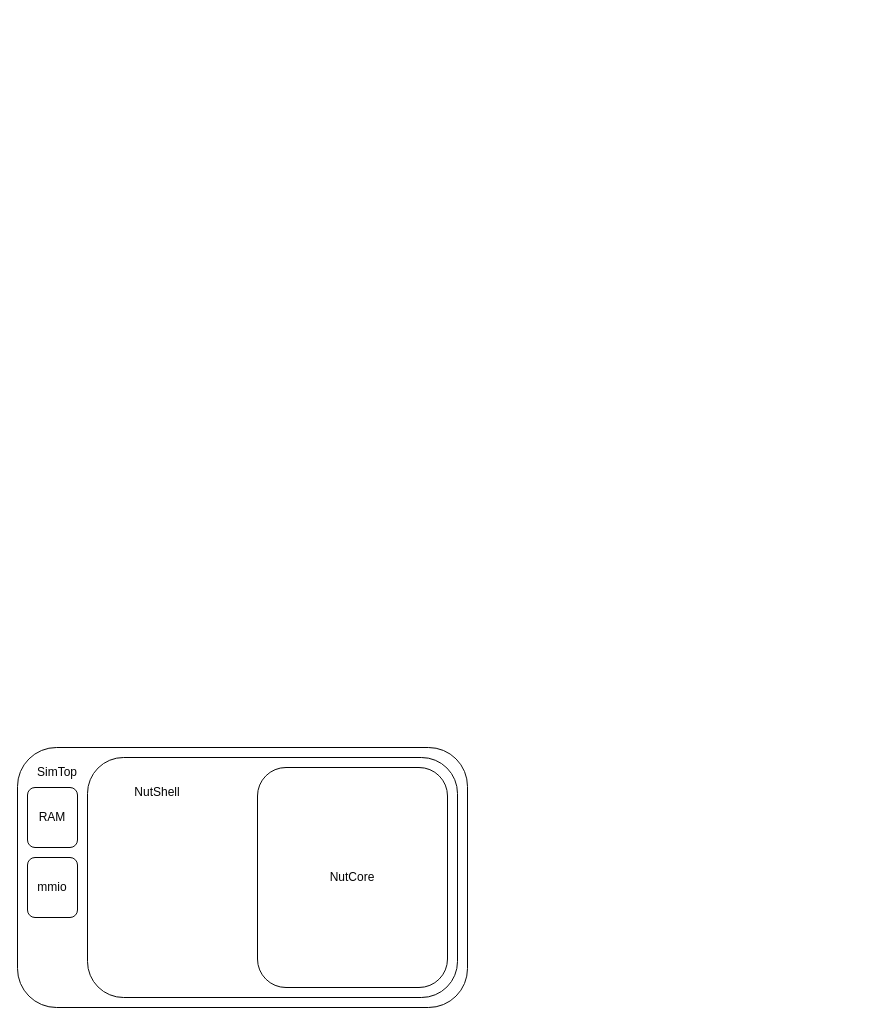
Before: nutshell.drawio in DavidZyy/drawio_repo, a draw.io diagram. Source tidied: cells renumbered, new cells numbered last; positions are measured from the earlier drawing's top-left corner, leaving out a move shared by most shapes. Both pictures are drawn from the tidied source at 100%, with x=0, y=0 at pixel (17, 747).
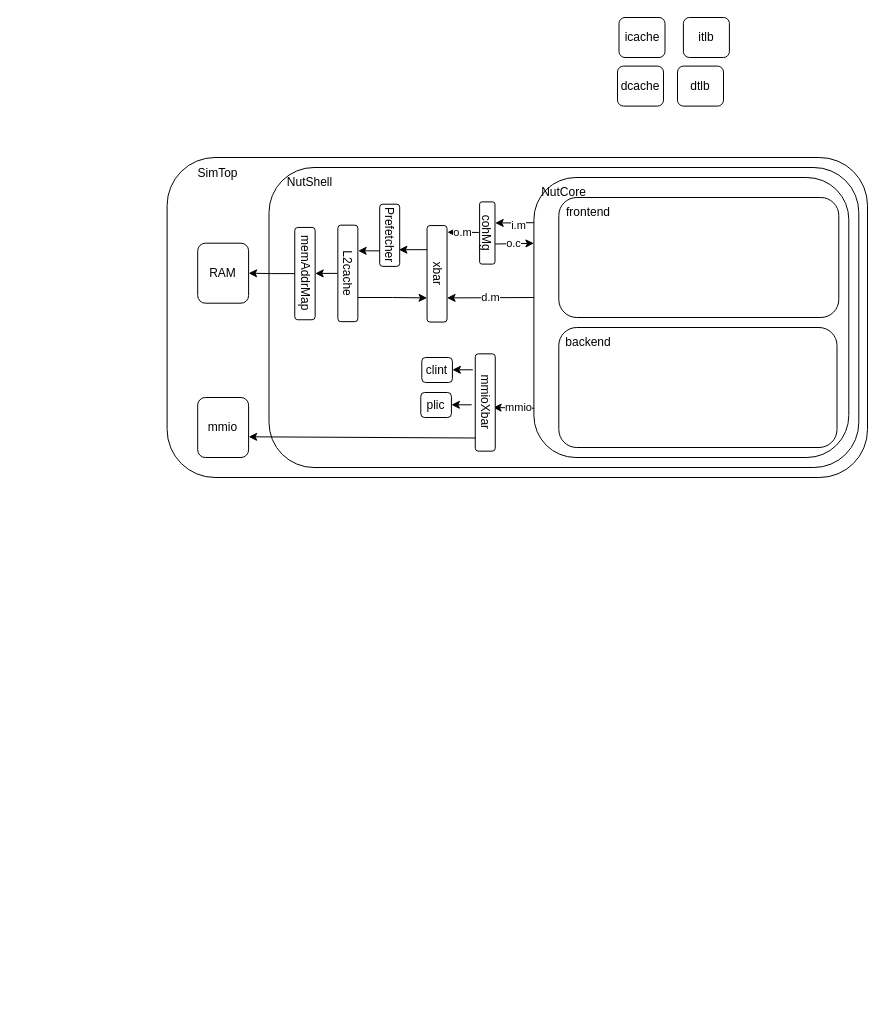
After the change.

Diff of the diagram source:
```diff
@@
+    <mxCell id="9" style="group;" parent="1" vertex="1">
+      <mxGeometry x="170" y="-590" width="680" height="630" as="geometry" />
+    </mxCell>
-    <mxCell id="2" style="rounded=1;whiteSpace=wrap;html=1;" parent="1" vertex="1">
-      <mxGeometry width="450" height="260" as="geometry" />
+    <mxCell id="2" style="rounded=1;whiteSpace=wrap;html=1;" parent="9" vertex="1">
+      <mxGeometry x="-20.4" width="700.4" height="320" as="geometry" />
     </mxCell>
+    <mxCell id="6" value="SimTop" style="text;strokeColor=none;align=center;fillColor=none;html=1;verticalAlign=middle;whiteSpace=wrap;rounded=0;" parent="9" vertex="1">
+      <mxGeometry y="1" width="61.1" height="30" as="geometry" />
+    </mxCell>
+    <mxCell id="10" style="group;" parent="9" vertex="1">
+      <mxGeometry x="71.3" y="10" width="600" height="620" as="geometry" />
+    </mxCell>
-    <mxCell id="3" style="rounded=1;whiteSpace=wrap;html=1;" parent="1" vertex="1">
-      <mxGeometry x="70" y="10" width="370" height="240" as="geometry" />
+    <mxCell id="3" style="rounded=1;whiteSpace=wrap;html=1;" parent="10" vertex="1">
+      <mxGeometry x="10.2" width="589.8" height="300" as="geometry" />
     </mxCell>
+    <mxCell id="7" value="NutShell" style="text;strokeColor=none;align=center;fillColor=none;html=1;verticalAlign=middle;whiteSpace=wrap;rounded=0;" parent="10" vertex="1">
+      <mxGeometry x="20.4" width="61.1" height="30" as="geometry" />
+    </mxCell>
+    <mxCell id="8" style="rounded=1;whiteSpace=wrap;html=1;" parent="10" vertex="1">
+      <mxGeometry x="275.1" y="10" width="314.9" height="280" as="geometry" />
+    </mxCell>
+    <mxCell id="11" value="mmio" style="edgeStyle=none;jettySize=auto;html=1;rounded=0;exitX=0.001;exitY=0.824;exitDx=0;exitDy=0;exitPerimeter=0;" parent="10" edge="1" source="8">
+      <mxGeometry x="-0.2" relative="1" as="geometry">
+        <mxPoint x="234.3" y="240" as="targetPoint" />
+      </mxGeometry>
+    </mxCell>
+    <mxCell id="12" value="clint" style="rounded=1;whiteSpace=wrap;html=1;" parent="10" vertex="1">
+      <mxGeometry x="163" y="190" width="30.6" height="25" as="geometry" />
+    </mxCell>
+    <mxCell id="13" value="plic" style="rounded=1;whiteSpace=wrap;html=1;" parent="10" vertex="1">
+      <mxGeometry x="162" y="225" width="30.6" height="25" as="geometry" />
+    </mxCell>
+    <mxCell id="14" style="edgeStyle=none;orthogonalLoop=1;jettySize=auto;html=1;rounded=0;" parent="10" edge="1">
+      <mxGeometry relative="1" as="geometry">
+        <mxPoint x="214" y="202.3" as="sourcePoint" />
+        <mxPoint x="193.6" y="202.3" as="targetPoint" />
+      </mxGeometry>
+    </mxCell>
+    <mxCell id="15" style="edgeStyle=none;orthogonalLoop=1;jettySize=auto;html=1;rounded=0;" parent="10" edge="1">
+      <mxGeometry relative="1" as="geometry">
+        <mxPoint x="212.9" y="237.3" as="sourcePoint" />
+        <mxPoint x="192.6" y="237.3" as="targetPoint" />
+      </mxGeometry>
+    </mxCell>
+    <mxCell id="16" value="mmioXbar" style="rounded=1;whiteSpace=wrap;html=1;rotation=90;" parent="10" vertex="1">
+      <mxGeometry x="177.8" y="225" width="97.3" height="20" as="geometry" />
+    </mxCell>
+    <mxCell id="17" value="cohMg" style="rounded=1;whiteSpace=wrap;html=1;rotation=90;" parent="10" vertex="1">
+      <mxGeometry x="197.4" y="57.8" width="62.2" height="15.4" as="geometry" />
+    </mxCell>
+    <mxCell id="18" value="xbar" style="rounded=1;whiteSpace=wrap;html=1;rotation=90;" parent="10" vertex="1">
+      <mxGeometry x="130" y="96.3" width="96.5" height="20" as="geometry" />
+    </mxCell>
+    <mxCell id="19" style="edgeStyle=none;orthogonalLoop=1;jettySize=auto;html=1;rounded=0;entryX=0.5;entryY=0;entryDx=0;entryDy=0;" parent="10" edge="1">
+      <mxGeometry relative="1" as="geometry">
+        <mxPoint x="275.1" y="55.2" as="sourcePoint" />
+        <mxPoint x="236.4" y="55.5" as="targetPoint" />
+      </mxGeometry>
+    </mxCell>
+    <mxCell id="20" value="i.m" style="edgeLabel;html=1;align=center;verticalAlign=middle;" parent="19" vertex="1">
+      <mxGeometry x="0.28" y="-2" relative="1" as="geometry">
+        <mxPoint x="9" y="4" as="offset" />
+      </mxGeometry>
+    </mxCell>
+    <mxCell id="21" value="d.m" style="edgeStyle=none;jettySize=auto;html=1;rounded=0;entryX=0.75;entryY=0;entryDx=0;entryDy=0;" parent="10" edge="1" target="18">
+      <mxGeometry relative="1" as="geometry">
+        <mxPoint x="275.1" y="130" as="sourcePoint" />
+      </mxGeometry>
+    </mxCell>
+    <mxCell id="22" value="o.c" style="edgeStyle=none;orthogonalLoop=1;jettySize=auto;html=1;rounded=0;entryX=0.5;entryY=0;entryDx=0;entryDy=0;" parent="10" edge="1">
+      <mxGeometry x="-0.05" relative="1" as="geometry">
+        <mxPoint x="236.4" y="76.5" as="sourcePoint" />
+        <mxPoint x="275.1" y="75.8" as="targetPoint" />
+      </mxGeometry>
+    </mxCell>
+    <mxCell id="23" value="o.m" style="edgeStyle=none;jettySize=auto;html=1;rounded=0;entryX=0.069;entryY=-0.018;entryDx=0;entryDy=0;exitX=0.491;exitY=1.05;exitDx=0;exitDy=0;exitPerimeter=0;entryPerimeter=0;" parent="10" edge="1" source="17" target="18">
+      <mxGeometry relative="1" as="geometry" />
+    </mxCell>
+    <mxCell id="24" value="memAddrMap" style="rounded=1;whiteSpace=wrap;html=1;rotation=90;" parent="10" vertex="1">
+      <mxGeometry y="95.9" width="92.3" height="20.4" as="geometry" />
+    </mxCell>
+    <mxCell id="25" style="edgeStyle=orthogonalEdgeStyle;rounded=0;jettySize=auto;html=1;exitX=0.5;exitY=1;exitDx=0;exitDy=0;entryX=0.5;entryY=0;entryDx=0;entryDy=0;" parent="10" edge="1" source="27" target="24">
+      <mxGeometry relative="1" as="geometry" />
+    </mxCell>
+    <mxCell id="26" style="edgeStyle=orthogonalEdgeStyle;rounded=0;jettySize=auto;html=1;exitX=0.75;exitY=0;exitDx=0;exitDy=0;entryX=0.75;entryY=1;entryDx=0;entryDy=0;" parent="10" edge="1" source="27" target="18">
+      <mxGeometry relative="1" as="geometry" />
+    </mxCell>
+    <mxCell id="27" value="L2cache" style="rounded=1;whiteSpace=wrap;html=1;rotation=90;" parent="10" vertex="1">
+      <mxGeometry x="40.8" y="95.9" width="96.5" height="20" as="geometry" />
+    </mxCell>
+    <mxCell id="28" value="Prefetcher" style="rounded=1;whiteSpace=wrap;html=1;rotation=90;" parent="10" vertex="1">
+      <mxGeometry x="99.8" y="57.8" width="62.2" height="20" as="geometry" />
+    </mxCell>
+    <mxCell id="29" value="NutCore" style="text;strokeColor=none;align=center;fillColor=none;html=1;verticalAlign=middle;whiteSpace=wrap;rounded=0;" parent="10" vertex="1">
+      <mxGeometry x="275.1" y="10" width="61.1" height="30" as="geometry" />
+    </mxCell>
+    <mxCell id="30" style="edgeStyle=orthogonalEdgeStyle;rounded=0;jettySize=auto;html=1;exitX=0.75;exitY=1;exitDx=0;exitDy=0;entryX=0.266;entryY=-0.015;entryDx=0;entryDy=0;entryPerimeter=0;" parent="10" edge="1" source="28" target="27">
+      <mxGeometry relative="1" as="geometry" />
+    </mxCell>
+    <mxCell id="31" style="edgeStyle=orthogonalEdgeStyle;rounded=0;jettySize=auto;html=1;exitX=0.25;exitY=1;exitDx=0;exitDy=0;entryX=0.72;entryY=0.041;entryDx=0;entryDy=0;entryPerimeter=0;" parent="10" edge="1" source="18" target="28">
+      <mxGeometry relative="1" as="geometry" />
+    </mxCell>
+    <mxCell id="32" style="rounded=1;whiteSpace=wrap;html=1;" parent="10" vertex="1">
+      <mxGeometry x="300" y="30" width="280" height="120" as="geometry" />
+    </mxCell>
+    <mxCell id="33" style="rounded=1;whiteSpace=wrap;html=1;" parent="10" vertex="1">
+      <mxGeometry x="300" y="160" width="278.2" height="120" as="geometry" />
+    </mxCell>
+    <mxCell id="34" value="frontend" style="text;strokeColor=none;align=center;fillColor=none;html=1;verticalAlign=middle;whiteSpace=wrap;rounded=0;fontFamily=Helvetica;fontSize=12;fontColor=default;" parent="10" vertex="1">
+      <mxGeometry x="300" y="30" width="60" height="30" as="geometry" />
+    </mxCell>
+    <mxCell id="35" value="backend" style="text;strokeColor=none;align=center;fillColor=none;html=1;verticalAlign=middle;whiteSpace=wrap;rounded=0;fontFamily=Helvetica;fontSize=12;fontColor=default;" parent="10" vertex="1">
+      <mxGeometry x="300" y="160" width="60" height="30" as="geometry" />
+    </mxCell>
-    <mxCell id="4" value="RAM" style="rounded=1;whiteSpace=wrap;html=1;" parent="1" vertex="1">
-      <mxGeometry x="10" y="40" width="50" height="60" as="geometry" />
+    <mxCell id="4" value="RAM" style="rounded=1;whiteSpace=wrap;html=1;" parent="9" vertex="1">
+      <mxGeometry x="10.2" y="85.7" width="50.9" height="60" as="geometry" />
     </mxCell>
-    <mxCell id="5" value="mmio" style="rounded=1;whiteSpace=wrap;html=1;" parent="1" vertex="1">
-      <mxGeometry x="10" y="110" width="50" height="60" as="geometry" />
+    <mxCell id="5" value="mmio" style="rounded=1;whiteSpace=wrap;html=1;" parent="9" vertex="1">
+      <mxGeometry x="10.2" y="240" width="50.9" height="60" as="geometry" />
     </mxCell>
-    <mxCell id="6" value="SimTop" style="text;strokeColor=none;align=center;fillColor=none;html=1;verticalAlign=middle;whiteSpace=wrap;rounded=0;" parent="1" vertex="1">
-      <mxGeometry x="10" y="10" width="60" height="30" as="geometry" />
-    </mxCell>
-    <mxCell id="7" value="NutShell" style="text;strokeColor=none;align=center;fillColor=none;html=1;verticalAlign=middle;whiteSpace=wrap;rounded=0;" parent="1" vertex="1">
-      <mxGeometry x="110" y="30" width="60" height="30" as="geometry" />
-    </mxCell>
-    <mxCell id="8" value="NutCore" style="rounded=1;whiteSpace=wrap;html=1;" parent="1" vertex="1">
-      <mxGeometry x="240" y="20" width="190" height="220" as="geometry" />
-    </mxCell>
+    <mxCell id="36" style="edgeStyle=none;jettySize=auto;html=1;rounded=0;entryX=1.001;entryY=0.655;entryDx=0;entryDy=0;entryPerimeter=0;exitX=0.865;exitY=0.98;exitDx=0;exitDy=0;exitPerimeter=0;" parent="9" edge="1" source="16" target="5">
+      <mxGeometry relative="1" as="geometry" />
+    </mxCell>
+    <mxCell id="37" style="edgeStyle=orthogonalEdgeStyle;rounded=0;jettySize=auto;html=1;" parent="9" edge="1" source="24" target="4">
+      <mxGeometry relative="1" as="geometry" />
+    </mxCell>
+    <mxCell id="38" value="dtlb" style="rounded=1;whiteSpace=wrap;html=1;" parent="1" vertex="1">
+      <mxGeometry x="660" y="-681.4" width="46" height="40" as="geometry" />
+    </mxCell>
+    <mxCell id="39" value="itlb" style="rounded=1;whiteSpace=wrap;html=1;" parent="1" vertex="1">
+      <mxGeometry x="665.9" y="-730" width="46" height="40" as="geometry" />
+    </mxCell>
+    <mxCell id="40" value="icache" style="rounded=1;whiteSpace=wrap;html=1;" parent="1" vertex="1">
+      <mxGeometry x="601.5" y="-730" width="46" height="40" as="geometry" />
+    </mxCell>
+    <mxCell id="41" value="dcache" style="rounded=1;whiteSpace=wrap;html=1;" parent="1" vertex="1">
+      <mxGeometry x="600" y="-681.4" width="46" height="40" as="geometry" />
+    </mxCell>
```
